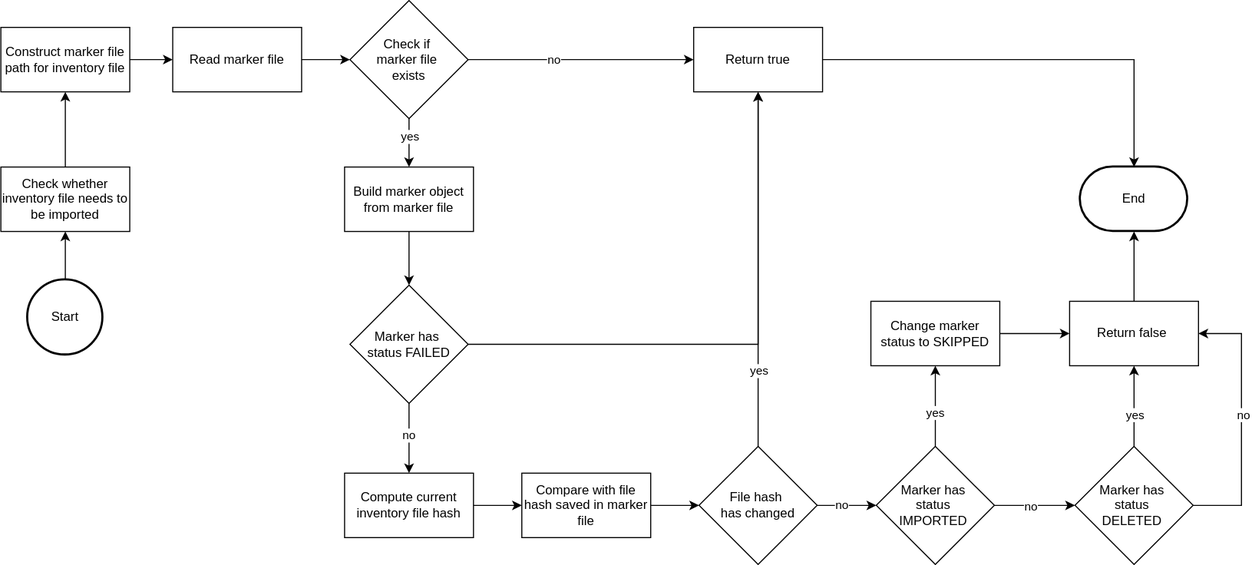
This is metaeffekt-inventory-index/ae-inventory-importer-service/docs/images/inventory-needs-to-be-imported-check.drawio.svg from org-metaeffekt/metaeffekt-documentation, a draw.io export, as it was before one commit. Source tidied: cells renumbered, new cells last; positions are measured from the earlier drawing's top-left corner, leaving out a move shared by most shapes.
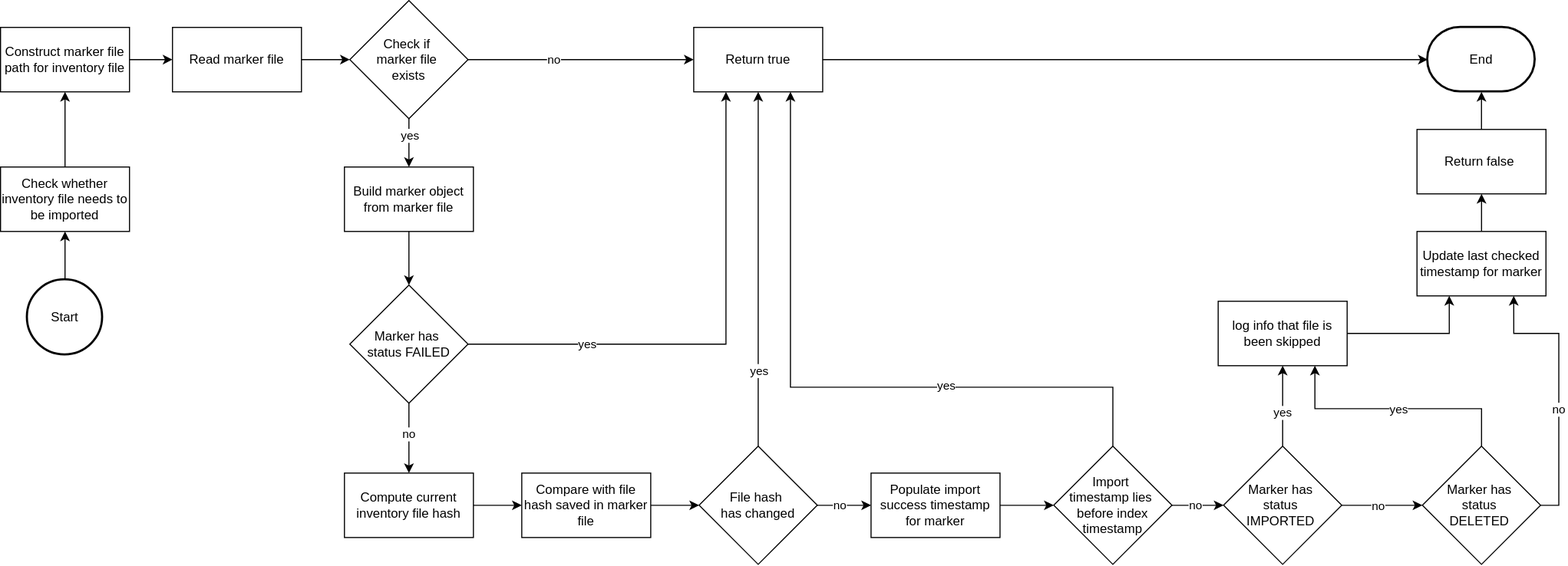
Later version of the same file.

Commit message:
AE-2625: adjusted documentation for importer service after introducing index timestamp and redirecting marker files

Diff of the diagram source:
```diff
@@ -38,12 +38,12 @@
       <mxGeometry x="160" y="25" width="120" height="60" as="geometry" />
     </mxCell>
     <mxCell id="13" value="End" style="strokeWidth=2;html=1;shape=mxgraph.flowchart.terminator;whiteSpace=wrap;" parent="1" vertex="1">
-      <mxGeometry x="1005" y="155" width="100" height="60" as="geometry" />
+      <mxGeometry x="1328" y="25" width="100" height="60" as="geometry" />
     </mxCell>
     <mxCell id="14" value="Return true" style="rounded=0;whiteSpace=wrap;html=1;" parent="1" vertex="1">
       <mxGeometry x="645" y="25" width="120" height="60" as="geometry" />
     </mxCell>
-    <mxCell id="15" style="edgeStyle=orthogonalEdgeStyle;rounded=0;jettySize=auto;html=1;entryX=0.5;entryY=0;entryDx=0;entryDy=0;entryPerimeter=0;" parent="1" edge="1" source="14" target="13">
+    <mxCell id="15" style="edgeStyle=orthogonalEdgeStyle;rounded=0;jettySize=auto;html=1;entryX=0;entryY=0.5;entryDx=0;entryDy=0;entryPerimeter=0;" parent="1" edge="1" source="14" target="13">
       <mxGeometry relative="1" as="geometry" />
     </mxCell>
     <mxCell id="16" style="edgeStyle=orthogonalEdgeStyle;rounded=0;jettySize=auto;html=1;entryX=0.5;entryY=0;entryDx=0;entryDy=0;" parent="1" edge="1" source="17" target="21">
@@ -60,9 +60,18 @@
         <mxPoint x="-1" y="-2" as="offset" />
       </mxGeometry>
     </mxCell>
-    <mxCell id="20" style="edgeStyle=orthogonalEdgeStyle;rounded=0;jettySize=auto;html=1;exitX=1;exitY=0.5;exitDx=0;exitDy=0;entryX=0.5;entryY=1;entryDx=0;entryDy=0;" parent="1" edge="1" source="21" target="14">
-      <mxGeometry relative="1" as="geometry" />
+    <mxCell id="20" style="edgeStyle=orthogonalEdgeStyle;rounded=0;jettySize=auto;html=1;exitX=1;exitY=0.5;exitDx=0;exitDy=0;entryX=0.25;entryY=1;entryDx=0;entryDy=0;" parent="1" edge="1" source="21" target="14">
+      <mxGeometry relative="1" as="geometry">
+        <Array as="points">
+          <mxPoint x="675" y="320" />
+        </Array>
+      </mxGeometry>
     </mxCell>
+    <mxCell id="47" value="yes" style="edgeLabel;html=1;align=center;verticalAlign=middle;" parent="20" vertex="1">
+      <mxGeometry x="-0.53" y="-1" relative="1" as="geometry">
+        <mxPoint y="-2" as="offset" />
+      </mxGeometry>
+    </mxCell>
     <mxCell id="21" value="Marker has&amp;nbsp;&lt;div&gt;status FAILED&lt;br&gt;&lt;/div&gt;" style="rhombus;whiteSpace=wrap;html=1;" parent="1" vertex="1">
       <mxGeometry x="325" y="265" width="110" height="110" as="geometry" />
     </mxCell>
@@ -80,12 +89,12 @@
         <mxPoint y="2" as="offset" />
       </mxGeometry>
     </mxCell>
-    <mxCell id="26" style="edgeStyle=orthogonalEdgeStyle;rounded=0;jettySize=auto;html=1;entryX=0;entryY=0.5;entryDx=0;entryDy=0;" parent="1" edge="1" source="28" target="39">
+    <mxCell id="26" style="edgeStyle=orthogonalEdgeStyle;rounded=0;jettySize=auto;html=1;entryX=0;entryY=0.5;entryDx=0;entryDy=0;" parent="1" edge="1" source="28" target="49">
       <mxGeometry relative="1" as="geometry" />
     </mxCell>
     <mxCell id="27" value="no" style="edgeLabel;html=1;align=center;verticalAlign=middle;" parent="26" vertex="1">
       <mxGeometry x="-0.16" y="-1" relative="1" as="geometry">
-        <mxPoint y="-2" as="offset" />
+        <mxPoint x="-1" y="-2" as="offset" />
       </mxGeometry>
     </mxCell>
     <mxCell id="28" value="File hash&amp;nbsp;&lt;div&gt;has changed&lt;/div&gt;" style="rhombus;whiteSpace=wrap;html=1;" parent="1" vertex="1">
@@ -98,7 +107,7 @@
       <mxGeometry x="485" y="440" width="120" height="60" as="geometry" />
     </mxCell>
     <mxCell id="31" value="Return false&amp;nbsp;" style="rounded=0;whiteSpace=wrap;html=1;" parent="1" vertex="1">
-      <mxGeometry x="995" y="280" width="120" height="60" as="geometry" />
+      <mxGeometry x="1318" y="120" width="120" height="60" as="geometry" />
     </mxCell>
     <mxCell id="32" style="edgeStyle=orthogonalEdgeStyle;rounded=0;jettySize=auto;html=1;exitX=0.5;exitY=0;exitDx=0;exitDy=0;entryX=0.5;entryY=1;entryDx=0;entryDy=0;entryPerimeter=0;" parent="1" edge="1" source="31" target="13">
       <mxGeometry relative="1" as="geometry" />
@@ -124,33 +133,79 @@
       </mxGeometry>
     </mxCell>
     <mxCell id="39" value="&lt;div&gt;Marker has&amp;nbsp;&lt;/div&gt;&lt;div&gt;status&amp;nbsp;&lt;/div&gt;&lt;div&gt;IMPORTED&amp;nbsp;&lt;/div&gt;" style="rhombus;whiteSpace=wrap;html=1;" parent="1" vertex="1">
-      <mxGeometry x="815" y="415" width="110" height="110" as="geometry" />
+      <mxGeometry x="1138" y="415" width="110" height="110" as="geometry" />
     </mxCell>
-    <mxCell id="40" style="edgeStyle=orthogonalEdgeStyle;rounded=0;jettySize=auto;html=1;" parent="1" edge="1" source="41" target="31">
+    <mxCell id="40" style="edgeStyle=orthogonalEdgeStyle;rounded=0;jettySize=auto;html=1;entryX=0.25;entryY=1;entryDx=0;entryDy=0;" parent="1" edge="1" source="41" target="56">
       <mxGeometry relative="1" as="geometry" />
     </mxCell>
-    <mxCell id="41" value="Change marker status to SKIPPED" style="rounded=0;whiteSpace=wrap;html=1;" parent="1" vertex="1">
-      <mxGeometry x="810" y="280" width="120" height="60" as="geometry" />
+    <mxCell id="41" value="log info that file is been skipped" style="rounded=0;whiteSpace=wrap;html=1;" parent="1" vertex="1">
+      <mxGeometry x="1133" y="280" width="120" height="60" as="geometry" />
     </mxCell>
-    <mxCell id="42" style="edgeStyle=orthogonalEdgeStyle;rounded=0;jettySize=auto;html=1;" parent="1" edge="1" source="46" target="31">
-      <mxGeometry relative="1" as="geometry" />
+    <mxCell id="42" style="edgeStyle=orthogonalEdgeStyle;rounded=0;jettySize=auto;html=1;entryX=0.75;entryY=1;entryDx=0;entryDy=0;" parent="1" edge="1" source="46" target="41">
+      <mxGeometry relative="1" as="geometry">
+        <Array as="points">
+          <mxPoint x="1378" y="380" />
+          <mxPoint x="1223" y="380" />
+        </Array>
+      </mxGeometry>
     </mxCell>
     <mxCell id="43" value="yes" style="edgeLabel;html=1;align=center;verticalAlign=middle;" parent="42" vertex="1">
-      <mxGeometry x="-0.19" relative="1" as="geometry" />
+      <mxGeometry x="-0.19" relative="1" as="geometry">
+        <mxPoint x="-20" as="offset" />
+      </mxGeometry>
     </mxCell>
-    <mxCell id="44" style="edgeStyle=orthogonalEdgeStyle;rounded=0;jettySize=auto;html=1;exitX=1;exitY=0.5;exitDx=0;exitDy=0;entryX=1;entryY=0.5;entryDx=0;entryDy=0;" parent="1" edge="1" source="46" target="31">
+    <mxCell id="44" style="edgeStyle=orthogonalEdgeStyle;rounded=0;jettySize=auto;html=1;exitX=1;exitY=0.5;exitDx=0;exitDy=0;entryX=0.75;entryY=1;entryDx=0;entryDy=0;" parent="1" edge="1" source="46" target="56">
       <mxGeometry relative="1" as="geometry">
         <Array as="points">
-          <mxPoint x="1155" y="470" />
-          <mxPoint x="1155" y="310" />
+          <mxPoint x="1450" y="470" />
+          <mxPoint x="1450" y="310" />
+          <mxPoint x="1408" y="310" />
         </Array>
       </mxGeometry>
     </mxCell>
     <mxCell id="45" value="no" style="edgeLabel;html=1;align=center;verticalAlign=middle;" parent="44" vertex="1">
-      <mxGeometry x="0.06" y="-1" relative="1" as="geometry" />
+      <mxGeometry x="0.06" y="-1" relative="1" as="geometry">
+        <mxPoint x="-1" y="28" as="offset" />
+      </mxGeometry>
     </mxCell>
     <mxCell id="46" value="&lt;div&gt;Marker has&amp;nbsp;&lt;/div&gt;&lt;div&gt;status&amp;nbsp;&lt;/div&gt;&lt;div&gt;DELETED&amp;nbsp;&lt;/div&gt;" style="rhombus;whiteSpace=wrap;html=1;" parent="1" vertex="1">
-      <mxGeometry x="1000" y="415" width="110" height="110" as="geometry" />
+      <mxGeometry x="1323" y="415" width="110" height="110" as="geometry" />
     </mxCell>
+    <mxCell id="48" style="edgeStyle=orthogonalEdgeStyle;rounded=0;jettySize=auto;html=1;entryX=0;entryY=0.5;entryDx=0;entryDy=0;" parent="1" edge="1" source="49" target="54">
+      <mxGeometry relative="1" as="geometry" />
+    </mxCell>
+    <mxCell id="49" value="Populate import success timestamp for marker" style="rounded=0;whiteSpace=wrap;html=1;" parent="1" vertex="1">
+      <mxGeometry x="810" y="440" width="120" height="60" as="geometry" />
+    </mxCell>
+    <mxCell id="50" style="edgeStyle=orthogonalEdgeStyle;rounded=0;jettySize=auto;html=1;entryX=0.75;entryY=1;entryDx=0;entryDy=0;" parent="1" edge="1" source="54" target="14">
+      <mxGeometry relative="1" as="geometry">
+        <Array as="points">
+          <mxPoint x="1035" y="360" />
+          <mxPoint x="735" y="360" />
+        </Array>
+      </mxGeometry>
+    </mxCell>
+    <mxCell id="51" value="yes" style="edgeLabel;html=1;align=center;verticalAlign=middle;" parent="50" vertex="1">
+      <mxGeometry x="-0.33" relative="1" as="geometry">
+        <mxPoint y="-2" as="offset" />
+      </mxGeometry>
+    </mxCell>
+    <mxCell id="52" style="edgeStyle=orthogonalEdgeStyle;rounded=0;jettySize=auto;html=1;" parent="1" edge="1" source="54" target="39">
+      <mxGeometry relative="1" as="geometry" />
+    </mxCell>
+    <mxCell id="53" value="no" style="edgeLabel;html=1;align=center;verticalAlign=middle;" parent="52" vertex="1">
+      <mxGeometry x="-0.08" y="-1" relative="1" as="geometry">
+        <mxPoint x="-1" y="-2" as="offset" />
+      </mxGeometry>
+    </mxCell>
+    <mxCell id="54" value="&lt;div&gt;Import&amp;nbsp;&lt;/div&gt;&lt;div&gt;timestamp lies&amp;nbsp;&lt;/div&gt;&lt;div&gt;before index timestamp&lt;/div&gt;" style="rhombus;whiteSpace=wrap;html=1;" parent="1" vertex="1">
+      <mxGeometry x="980" y="415" width="110" height="110" as="geometry" />
+    </mxCell>
+    <mxCell id="55" style="edgeStyle=orthogonalEdgeStyle;rounded=0;jettySize=auto;html=1;" parent="1" edge="1" source="56" target="31">
+      <mxGeometry relative="1" as="geometry" />
+    </mxCell>
+    <mxCell id="56" value="Update last checked timestamp for marker" style="rounded=0;whiteSpace=wrap;html=1;" parent="1" vertex="1">
+      <mxGeometry x="1318" y="215" width="120" height="60" as="geometry" />
+    </mxCell>
   </root>
 </mxGraphModel>
```
